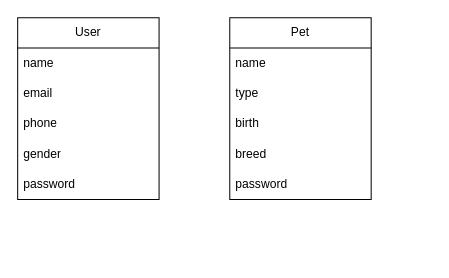
Earlier version of the draw.io diagram docs/erd.drawio (erickallanss/petdoc-server). Source tidied: cells renumbered, new cells numbered last; positions are measured from the earlier drawing's top-left corner, leaving out a move shared by most shapes. Both pictures are drawn from the tidied source at 101%, with x=0, y=0 at pixel (17, 17).
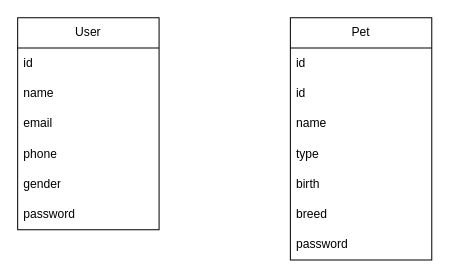
The same diagram, later.

What changed in the source:
```diff
@@
 <mxGraphModel>
   <root>
     <mxCell id="0" />
     <mxCell id="1" parent="0" />
     <mxCell id="2" value="User" style="swimlane;fontStyle=0;horizontal=1;startSize=30;whiteSpace=wrap;html=1;" parent="1" vertex="1">
-      <mxGeometry width="140" height="180" as="geometry" />
+      <mxGeometry width="140" height="210" as="geometry" />
     </mxCell>
-    <mxCell id="3" value="name" style="text;strokeColor=none;fillColor=none;align=left;verticalAlign=middle;spacingLeft=4;spacingRight=4;overflow=hidden;whiteSpace=wrap;html=1;" parent="2" vertex="1">
+    <mxCell id="3" value="id" style="text;strokeColor=none;fillColor=none;align=left;verticalAlign=middle;spacingLeft=4;spacingRight=4;overflow=hidden;whiteSpace=wrap;html=1;" parent="2" vertex="1">
       <mxGeometry y="30" width="140" height="30" as="geometry" />
     </mxCell>
+    <mxCell id="14" value="name" style="text;strokeColor=none;fillColor=none;align=left;verticalAlign=middle;spacingLeft=4;spacingRight=4;overflow=hidden;whiteSpace=wrap;html=1;" parent="2" vertex="1">
+      <mxGeometry y="60" width="140" height="30" as="geometry" />
+    </mxCell>
     <mxCell id="4" value="email" style="text;strokeColor=none;fillColor=none;align=left;verticalAlign=middle;spacingLeft=4;spacingRight=4;overflow=hidden;whiteSpace=wrap;html=1;" parent="2" vertex="1">
-      <mxGeometry y="60" width="140" height="30" as="geometry" />
+      <mxGeometry y="90" width="140" height="30" as="geometry" />
     </mxCell>
     <mxCell id="5" value="phone" style="text;strokeColor=none;fillColor=none;align=left;verticalAlign=middle;spacingLeft=4;spacingRight=4;overflow=hidden;whiteSpace=wrap;html=1;" parent="2" vertex="1">
-      <mxGeometry y="90" width="140" height="30" as="geometry" />
+      <mxGeometry y="120" width="140" height="30" as="geometry" />
     </mxCell>
     <mxCell id="6" value="gender" style="text;strokeColor=none;fillColor=none;align=left;verticalAlign=middle;spacingLeft=4;spacingRight=4;overflow=hidden;whiteSpace=wrap;html=1;" parent="2" vertex="1">
-      <mxGeometry y="120" width="140" height="30" as="geometry" />
+      <mxGeometry y="150" width="140" height="30" as="geometry" />
     </mxCell>
     <mxCell id="7" value="password" style="text;strokeColor=none;fillColor=none;align=left;verticalAlign=middle;spacingLeft=4;spacingRight=4;overflow=hidden;whiteSpace=wrap;html=1;" parent="2" vertex="1">
-      <mxGeometry y="150" width="140" height="30" as="geometry" />
+      <mxGeometry y="180" width="140" height="30" as="geometry" />
     </mxCell>
     <mxCell id="8" value="Pet" style="swimlane;fontStyle=0;horizontal=1;startSize=30;whiteSpace=wrap;html=1;" parent="1" vertex="1">
-      <mxGeometry x="210" width="140" height="180" as="geometry" />
+      <mxGeometry x="270" width="140" height="240" as="geometry" />
     </mxCell>
-    <mxCell id="9" value="name" style="text;strokeColor=none;fillColor=none;align=left;verticalAlign=middle;spacingLeft=4;spacingRight=4;overflow=hidden;whiteSpace=wrap;html=1;" parent="8" vertex="1">
+    <mxCell id="9" value="id" style="text;strokeColor=none;fillColor=none;align=left;verticalAlign=middle;spacingLeft=4;spacingRight=4;overflow=hidden;whiteSpace=wrap;html=1;" parent="8" vertex="1">
       <mxGeometry y="30" width="140" height="30" as="geometry" />
     </mxCell>
+    <mxCell id="15" value="id" style="text;strokeColor=none;fillColor=none;align=left;verticalAlign=middle;spacingLeft=4;spacingRight=4;overflow=hidden;whiteSpace=wrap;html=1;" parent="8" vertex="1">
+      <mxGeometry y="60" width="140" height="30" as="geometry" />
+    </mxCell>
+    <mxCell id="16" value="name" style="text;strokeColor=none;fillColor=none;align=left;verticalAlign=middle;spacingLeft=4;spacingRight=4;overflow=hidden;whiteSpace=wrap;html=1;" parent="8" vertex="1">
+      <mxGeometry y="90" width="140" height="30" as="geometry" />
+    </mxCell>
     <mxCell id="10" value="type" style="text;strokeColor=none;fillColor=none;align=left;verticalAlign=middle;spacingLeft=4;spacingRight=4;overflow=hidden;whiteSpace=wrap;html=1;" parent="8" vertex="1">
-      <mxGeometry y="60" width="140" height="30" as="geometry" />
+      <mxGeometry y="120" width="140" height="30" as="geometry" />
     </mxCell>
     <mxCell id="11" value="birth" style="text;strokeColor=none;fillColor=none;align=left;verticalAlign=middle;spacingLeft=4;spacingRight=4;overflow=hidden;whiteSpace=wrap;html=1;" parent="8" vertex="1">
-      <mxGeometry y="90" width="140" height="30" as="geometry" />
+      <mxGeometry y="150" width="140" height="30" as="geometry" />
     </mxCell>
     <mxCell id="12" value="breed" style="text;strokeColor=none;fillColor=none;align=left;verticalAlign=middle;spacingLeft=4;spacingRight=4;overflow=hidden;whiteSpace=wrap;html=1;" parent="8" vertex="1">
-      <mxGeometry y="120" width="140" height="30" as="geometry" />
+      <mxGeometry y="180" width="140" height="30" as="geometry" />
     </mxCell>
     <mxCell id="13" value="password" style="text;strokeColor=none;fillColor=none;align=left;verticalAlign=middle;spacingLeft=4;spacingRight=4;overflow=hidden;whiteSpace=wrap;html=1;" parent="8" vertex="1">
-      <mxGeometry y="150" width="140" height="30" as="geometry" />
+      <mxGeometry y="210" width="140" height="30" as="geometry" />
     </mxCell>
   </root>
 </mxGraphModel>
```
